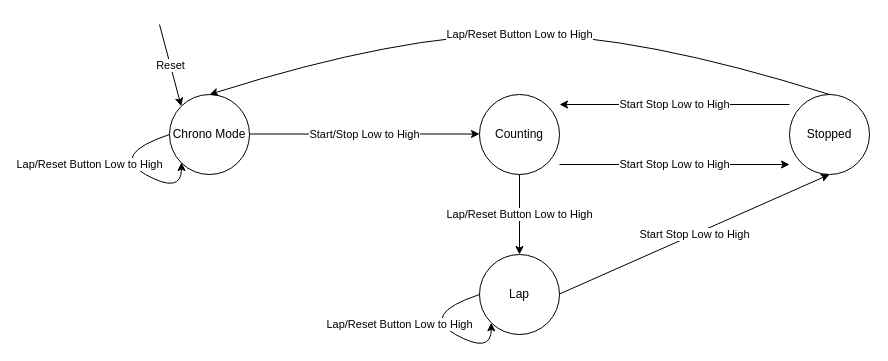
The draw.io diagram page "stopwatch" (2 of 4) of Stopwatch FSM.drawio in epicfletch/UWE-Stopwatch-3LM, before the edit. Source tidied: cells renumbered, new cells numbered last; positions are measured from the earlier drawing's top-left corner, leaving out a move shared by most shapes. Both pictures are drawn from the tidied source at 100%, with x=0, y=0 at pixel (109, 24).
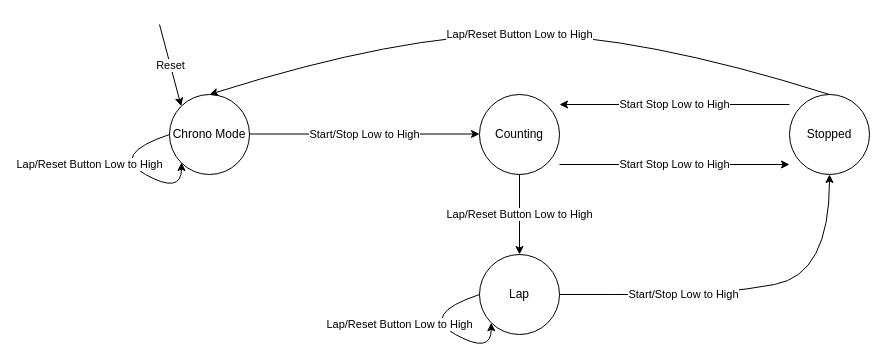
The same page after the edit.

Commit message:
Added curvier lines

The change refers to these unchanged cells:
```xml
<mxCell id="4" value="Stopped" style="ellipse;whiteSpace=wrap;html=1;" parent="1" vertex="1">
  <mxGeometry x="680" y="70" width="80" height="80" as="geometry" />
</mxCell>
```

Diff of the diagram source:
```diff
@@
-    <mxCell id="9" value="Start Stop Low to High" style="endArrow=classic;html=1;rounded=0;exitX=1;exitY=0.5;exitDx=0;exitDy=0;entryX=0.5;entryY=1;entryDx=0;entryDy=0;" parent="1" edge="1" target="4">
-      <mxGeometry relative="1" as="geometry">
-        <mxPoint x="450" y="269.5" as="sourcePoint" />
-      </mxGeometry>
-    </mxCell>
@@
+    <mxCell id="15" style="curved=1;endArrow=classic;html=1;rounded=0;entryX=0.5;entryY=1;entryDx=0;entryDy=0;" parent="1" edge="1" target="4">
+      <mxGeometry relative="1" as="geometry">
+        <mxPoint x="450" y="270" as="sourcePoint" />
+        <Array as="points">
+          <mxPoint x="500" y="270" />
+          <mxPoint x="610" y="270" />
+          <mxPoint x="720" y="250" />
+        </Array>
+      </mxGeometry>
+    </mxCell>
+    <mxCell id="16" value="Start/Stop Low to High" style="edgeLabel;html=1;align=center;verticalAlign=middle;" parent="15" vertex="1">
+      <mxGeometry x="-0.34" y="1" relative="1" as="geometry" />
+    </mxCell>
```
